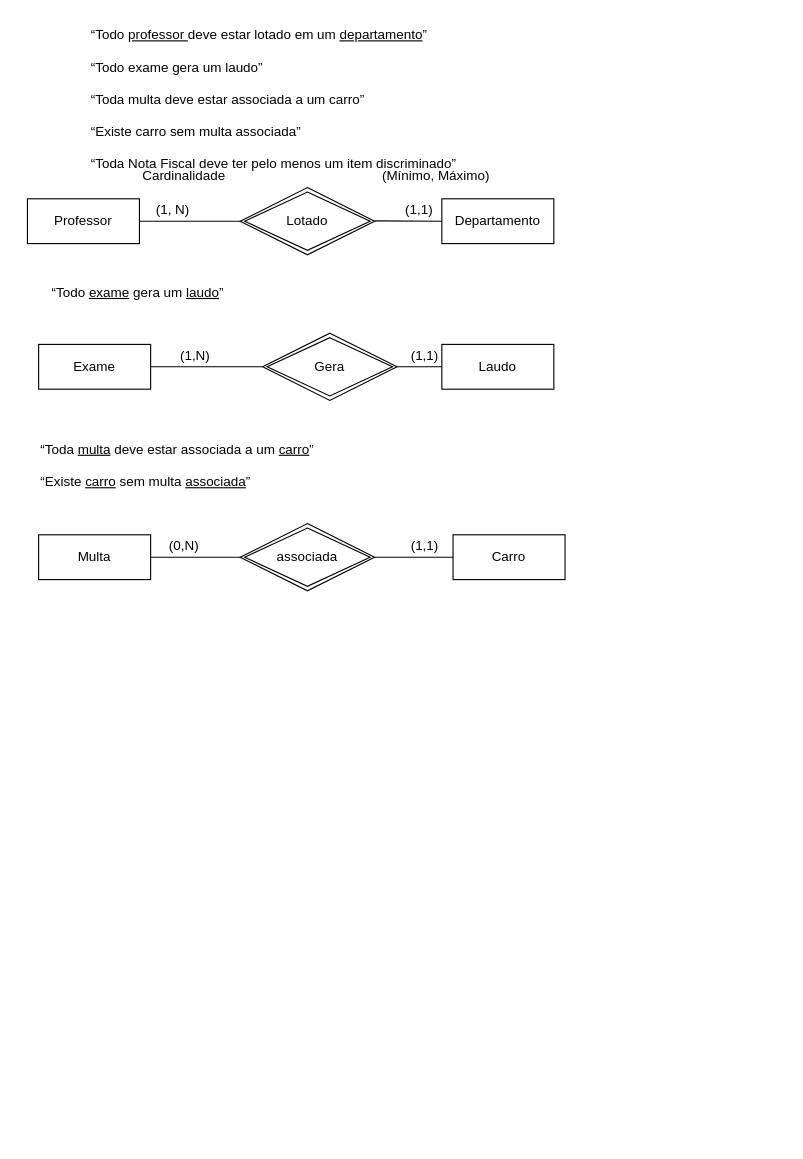
Before: page "DER-02" (2 of 4) of Aula-16-Setembro-2021.drawio in vladimiralencar/Alunos-UEPB-BancoDeDados, a draw.io diagram. Source tidied: cells renumbered, new cells numbered last; positions are measured from the earlier drawing's top-left corner, leaving out a move shared by most shapes. Both pictures are drawn from the tidied source at 112%, with x=0, y=0 at pixel (27, 19).
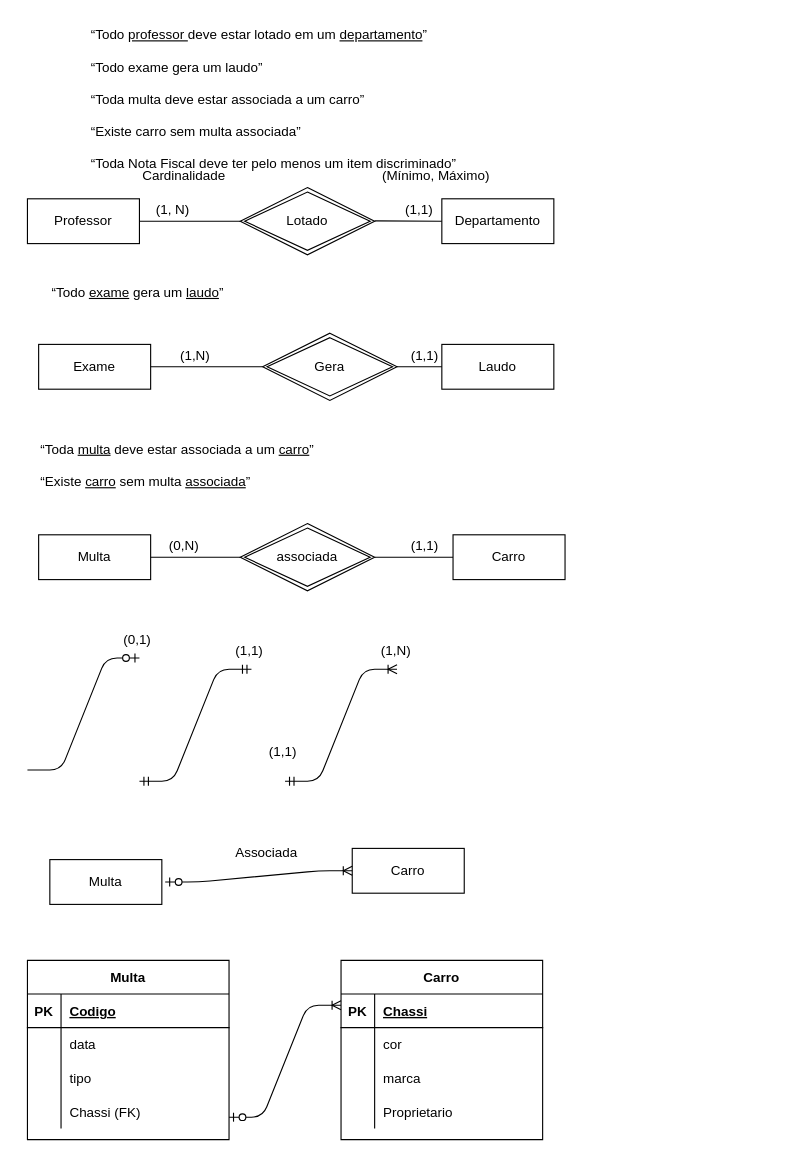
The same page after the edit.

Diff of the diagram source:
```diff
@@
+    <mxCell id="28" style="edgeStyle=entityRelationEdgeStyle;fontSize=12;html=1;endArrow=ERmandOne;startArrow=ERmandOne;" parent="1" edge="1">
+      <mxGeometry relative="1" as="geometry">
+        <mxPoint x="100" y="680" as="sourcePoint" />
+        <mxPoint x="200" y="580" as="targetPoint" />
+      </mxGeometry>
+    </mxCell>
+    <mxCell id="29" style="edgeStyle=entityRelationEdgeStyle;fontSize=12;html=1;endArrow=ERzeroToOne;endFill=1;" parent="1" edge="1">
+      <mxGeometry relative="1" as="geometry">
+        <mxPoint y="670" as="sourcePoint" />
+        <mxPoint x="100" y="570" as="targetPoint" />
+      </mxGeometry>
+    </mxCell>
+    <mxCell id="30" value="(0,1)" style="text;strokeColor=none;fillColor=none;spacingLeft=4;spacingRight=4;overflow=hidden;fontSize=12;" parent="1" vertex="1">
+      <mxGeometry x="80" y="540" width="40" height="30" as="geometry" />
+    </mxCell>
+    <mxCell id="31" value="(1,1)" style="text;strokeColor=none;fillColor=none;spacingLeft=4;spacingRight=4;overflow=hidden;fontSize=12;" parent="1" vertex="1">
+      <mxGeometry x="180" y="550" width="40" height="30" as="geometry" />
+    </mxCell>
+    <mxCell id="32" style="edgeStyle=entityRelationEdgeStyle;fontSize=12;html=1;endArrow=ERoneToMany;startArrow=ERmandOne;" parent="1" edge="1">
+      <mxGeometry relative="1" as="geometry">
+        <mxPoint x="230" y="680" as="sourcePoint" />
+        <mxPoint x="330" y="580" as="targetPoint" />
+      </mxGeometry>
+    </mxCell>
+    <mxCell id="33" value="(1,1)" style="text;strokeColor=none;fillColor=none;spacingLeft=4;spacingRight=4;overflow=hidden;fontSize=12;" parent="1" vertex="1">
+      <mxGeometry x="210" y="640" width="40" height="30" as="geometry" />
+    </mxCell>
+    <mxCell id="34" value="(1,N)" style="text;strokeColor=none;fillColor=none;spacingLeft=4;spacingRight=4;overflow=hidden;fontSize=12;" parent="1" vertex="1">
+      <mxGeometry x="310" y="550" width="40" height="30" as="geometry" />
+    </mxCell>
+    <mxCell id="35" value="Multa" style="whiteSpace=wrap;html=1;align=center;" parent="1" vertex="1">
+      <mxGeometry x="20" y="750" width="100" height="40" as="geometry" />
+    </mxCell>
+    <mxCell id="36" value="Carro" style="whiteSpace=wrap;html=1;align=center;" parent="1" vertex="1">
+      <mxGeometry x="290" y="740" width="100" height="40" as="geometry" />
+    </mxCell>
+    <mxCell id="37" style="edgeStyle=entityRelationEdgeStyle;fontSize=12;html=1;endArrow=ERoneToMany;startArrow=ERzeroToOne;entryX=0;entryY=0.5;entryDx=0;entryDy=0;exitX=1.03;exitY=0.5;exitDx=0;exitDy=0;exitPerimeter=0;" parent="1" edge="1" source="35" target="36">
+      <mxGeometry relative="1" as="geometry" />
+    </mxCell>
+    <mxCell id="38" value="Associada" style="text;strokeColor=none;fillColor=none;spacingLeft=4;spacingRight=4;overflow=hidden;fontSize=12;" parent="1" vertex="1">
+      <mxGeometry x="180" y="730" width="70" height="20" as="geometry" />
+    </mxCell>
+    <mxCell id="39" value="Multa" style="shape=table;startSize=30;childLayout=tableLayout;rowLines=0;fontStyle=1;align=center;" parent="1" vertex="1">
+      <mxGeometry y="840" width="180" height="160" as="geometry" />
+    </mxCell>
+    <mxCell id="40" style="shape=partialRectangle;fillColor=none;top=0;left=0;bottom=1;right=0;" parent="39" vertex="1">
+      <mxGeometry y="30" width="180" height="30" as="geometry" />
+    </mxCell>
+    <mxCell id="41" value="PK" style="shape=partialRectangle;fillColor=none;top=0;left=0;bottom=0;right=0;fontStyle=1;overflow=hidden;" parent="40" vertex="1">
+      <mxGeometry width="30" height="30" as="geometry" />
+    </mxCell>
+    <mxCell id="42" value="Codigo" style="shape=partialRectangle;fillColor=none;top=0;left=0;bottom=0;right=0;align=left;spacingLeft=6;fontStyle=5;overflow=hidden;" parent="40" vertex="1">
+      <mxGeometry x="30" width="150" height="30" as="geometry" />
+    </mxCell>
+    <mxCell id="43" style="shape=partialRectangle;fillColor=none;top=0;left=0;bottom=0;right=0;" parent="39" vertex="1">
+      <mxGeometry y="60" width="180" height="30" as="geometry" />
+    </mxCell>
+    <mxCell id="44" style="shape=partialRectangle;fillColor=none;top=0;left=0;bottom=0;right=0;overflow=hidden;" parent="43" vertex="1">
+      <mxGeometry width="30" height="30" as="geometry" />
+    </mxCell>
+    <mxCell id="45" value="data" style="shape=partialRectangle;fillColor=none;top=0;left=0;bottom=0;right=0;align=left;spacingLeft=6;overflow=hidden;" parent="43" vertex="1">
+      <mxGeometry x="30" width="150" height="30" as="geometry" />
+    </mxCell>
+    <mxCell id="46" style="shape=partialRectangle;fillColor=none;top=0;left=0;bottom=0;right=0;" parent="39" vertex="1">
+      <mxGeometry y="90" width="180" height="30" as="geometry" />
+    </mxCell>
+    <mxCell id="47" style="shape=partialRectangle;fillColor=none;top=0;left=0;bottom=0;right=0;overflow=hidden;" parent="46" vertex="1">
+      <mxGeometry width="30" height="30" as="geometry" />
+    </mxCell>
+    <mxCell id="48" value="tipo" style="shape=partialRectangle;fillColor=none;top=0;left=0;bottom=0;right=0;align=left;spacingLeft=6;overflow=hidden;" parent="46" vertex="1">
+      <mxGeometry x="30" width="150" height="30" as="geometry" />
+    </mxCell>
+    <mxCell id="49" style="shape=partialRectangle;fillColor=none;top=0;left=0;bottom=0;right=0;" parent="39" vertex="1">
+      <mxGeometry y="120" width="180" height="30" as="geometry" />
+    </mxCell>
+    <mxCell id="50" style="shape=partialRectangle;fillColor=none;top=0;left=0;bottom=0;right=0;overflow=hidden;" parent="49" vertex="1">
+      <mxGeometry width="30" height="30" as="geometry" />
+    </mxCell>
+    <mxCell id="51" value="Chassi (FK)" style="shape=partialRectangle;fillColor=none;top=0;left=0;bottom=0;right=0;align=left;spacingLeft=6;overflow=hidden;" parent="49" vertex="1">
+      <mxGeometry x="30" width="150" height="30" as="geometry" />
+    </mxCell>
+    <mxCell id="52" value="Carro" style="shape=table;startSize=30;childLayout=tableLayout;rowLines=0;fontStyle=1;align=center;" parent="1" vertex="1">
+      <mxGeometry x="280" y="840" width="180" height="160" as="geometry" />
+    </mxCell>
+    <mxCell id="53" style="shape=partialRectangle;fillColor=none;top=0;left=0;bottom=1;right=0;" parent="52" vertex="1">
+      <mxGeometry y="30" width="180" height="30" as="geometry" />
+    </mxCell>
+    <mxCell id="54" value="PK" style="shape=partialRectangle;fillColor=none;top=0;left=0;bottom=0;right=0;fontStyle=1;overflow=hidden;" parent="53" vertex="1">
+      <mxGeometry width="30" height="30" as="geometry" />
+    </mxCell>
+    <mxCell id="55" value="Chassi" style="shape=partialRectangle;fillColor=none;top=0;left=0;bottom=0;right=0;align=left;spacingLeft=6;fontStyle=5;overflow=hidden;" parent="53" vertex="1">
+      <mxGeometry x="30" width="150" height="30" as="geometry" />
+    </mxCell>
+    <mxCell id="56" style="shape=partialRectangle;fillColor=none;top=0;left=0;bottom=0;right=0;" parent="52" vertex="1">
+      <mxGeometry y="60" width="180" height="30" as="geometry" />
+    </mxCell>
+    <mxCell id="57" style="shape=partialRectangle;fillColor=none;top=0;left=0;bottom=0;right=0;overflow=hidden;" parent="56" vertex="1">
+      <mxGeometry width="30" height="30" as="geometry" />
+    </mxCell>
+    <mxCell id="58" value="cor" style="shape=partialRectangle;fillColor=none;top=0;left=0;bottom=0;right=0;align=left;spacingLeft=6;overflow=hidden;" parent="56" vertex="1">
+      <mxGeometry x="30" width="150" height="30" as="geometry" />
+    </mxCell>
+    <mxCell id="59" style="shape=partialRectangle;fillColor=none;top=0;left=0;bottom=0;right=0;" parent="52" vertex="1">
+      <mxGeometry y="90" width="180" height="30" as="geometry" />
+    </mxCell>
+    <mxCell id="60" style="shape=partialRectangle;fillColor=none;top=0;left=0;bottom=0;right=0;overflow=hidden;" parent="59" vertex="1">
+      <mxGeometry width="30" height="30" as="geometry" />
+    </mxCell>
+    <mxCell id="61" value="marca" style="shape=partialRectangle;fillColor=none;top=0;left=0;bottom=0;right=0;align=left;spacingLeft=6;overflow=hidden;" parent="59" vertex="1">
+      <mxGeometry x="30" width="150" height="30" as="geometry" />
+    </mxCell>
+    <mxCell id="62" style="shape=partialRectangle;fillColor=none;top=0;left=0;bottom=0;right=0;" parent="52" vertex="1">
+      <mxGeometry y="120" width="180" height="30" as="geometry" />
+    </mxCell>
+    <mxCell id="63" style="shape=partialRectangle;fillColor=none;top=0;left=0;bottom=0;right=0;overflow=hidden;" parent="62" vertex="1">
+      <mxGeometry width="30" height="30" as="geometry" />
+    </mxCell>
+    <mxCell id="64" value="Proprietario" style="shape=partialRectangle;fillColor=none;top=0;left=0;bottom=0;right=0;align=left;spacingLeft=6;overflow=hidden;" parent="62" vertex="1">
+      <mxGeometry x="30" width="150" height="30" as="geometry" />
+    </mxCell>
+    <mxCell id="65" style="edgeStyle=entityRelationEdgeStyle;fontSize=12;html=1;endArrow=ERoneToMany;startArrow=ERzeroToOne;" parent="1" edge="1">
+      <mxGeometry relative="1" as="geometry">
+        <mxPoint x="180" y="980" as="sourcePoint" />
+        <mxPoint x="280" y="880" as="targetPoint" />
+      </mxGeometry>
+    </mxCell>
```
